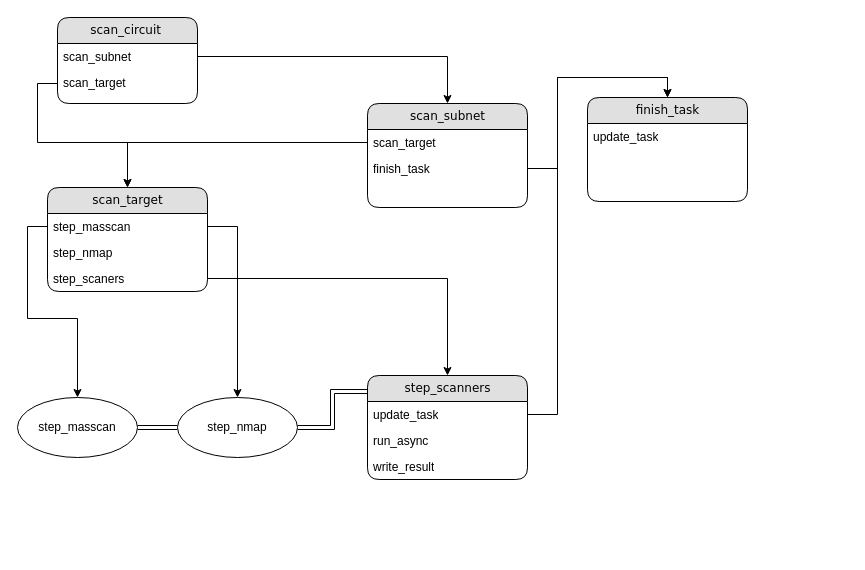
kosyan62/diagram keeps this draw.io diagram as Untitled Diagram.drawio. Above is the earlier version. Source tidied: cells renumbered, new cells numbered last; positions are measured from the earlier drawing's top-left corner, leaving out a move shared by most shapes. Both pictures are drawn from the tidied source at 100%, with x=0, y=0 at pixel (17, 17).
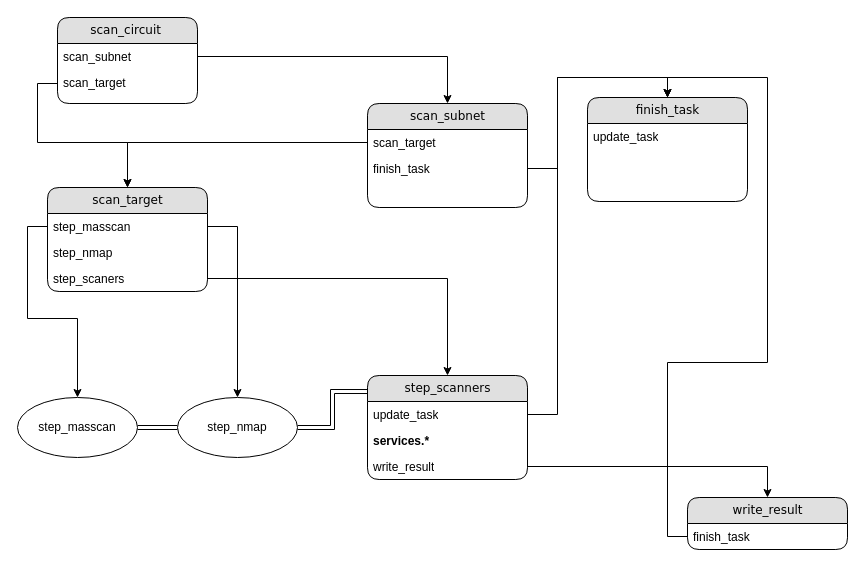
After the change.

Unchanged cells that the change refers to:
```xml
<mxCell id="13" value="&lt;div&gt;step_scanners&lt;/div&gt;" style="swimlane;html=1;fontStyle=0;horizontal=1;startSize=26;fillColor=#e0e0e0;swimlaneFillColor=#ffffff;align=center;rounded=1;shadow=0;comic=0;labelBackgroundColor=none;strokeWidth=1;fontFamily=Verdana;fontSize=12;" parent="1" vertex="1">
  <mxGeometry x="350" y="358" width="160" height="104" as="geometry" />
</mxCell>
<mxCell id="16" value="write_result" style="text;html=1;strokeColor=none;fillColor=none;spacingLeft=4;spacingRight=4;whiteSpace=wrap;overflow=hidden;points=[[0,0.5],[1,0.5]];portConstraint=eastwest;" parent="13" vertex="1">
  <mxGeometry y="78" width="160" height="26" as="geometry" />
</mxCell>
<mxCell id="24" value="finish_task" style="swimlane;html=1;fontStyle=0;horizontal=1;startSize=26;fillColor=#e0e0e0;swimlaneFillColor=#ffffff;align=center;rounded=1;shadow=0;comic=0;labelBackgroundColor=none;strokeWidth=1;fontFamily=Verdana;fontSize=12;" parent="1" vertex="1">
  <mxGeometry x="570" y="80" width="160" height="104" as="geometry" />
</mxCell>
```

Diff of the diagram source:
```diff
@@
-    <mxCell id="15" value="run_async" style="text;html=1;strokeColor=none;fillColor=none;spacingLeft=4;spacingRight=4;whiteSpace=wrap;overflow=hidden;" parent="13" vertex="1">
-      <mxGeometry y="52" width="160" height="26" as="geometry" />
-    </mxCell>
+    <mxCell id="30" value="&lt;b&gt;services.*&lt;/b&gt;" style="text;html=1;strokeColor=none;fillColor=none;spacingLeft=4;spacingRight=4;whiteSpace=wrap;overflow=hidden;" parent="13" vertex="1">
+      <mxGeometry y="52" width="160" height="26" as="geometry" />
+    </mxCell>
@@
+    <mxCell id="31" value="&lt;div&gt;write_result&lt;/div&gt;" style="swimlane;html=1;fontStyle=0;horizontal=1;startSize=26;fillColor=#e0e0e0;swimlaneFillColor=#ffffff;align=center;rounded=1;shadow=0;comic=0;labelBackgroundColor=none;strokeWidth=1;fontFamily=Verdana;fontSize=12;" parent="1" vertex="1">
+      <mxGeometry x="670" y="480" width="160" height="52" as="geometry" />
+    </mxCell>
+    <mxCell id="32" value="&lt;div&gt;finish_task&lt;/div&gt;" style="text;html=1;strokeColor=none;fillColor=none;spacingLeft=4;spacingRight=4;whiteSpace=wrap;overflow=hidden;points=[[0,0.5],[1,0.5]];portConstraint=eastwest;" parent="31" vertex="1">
+      <mxGeometry y="26" width="160" height="26" as="geometry" />
+    </mxCell>
+    <mxCell id="33" style="edgeStyle=orthogonalEdgeStyle;rounded=0;jettySize=auto;html=1;entryX=0.5;entryY=0;entryDx=0;entryDy=0;" parent="1" edge="1" source="16" target="31">
+      <mxGeometry relative="1" as="geometry" />
+    </mxCell>
+    <mxCell id="34" style="edgeStyle=orthogonalEdgeStyle;rounded=0;jettySize=auto;html=1;entryX=0.5;entryY=0;entryDx=0;entryDy=0;" parent="1" edge="1" source="32" target="24">
+      <mxGeometry relative="1" as="geometry" />
+    </mxCell>
```
